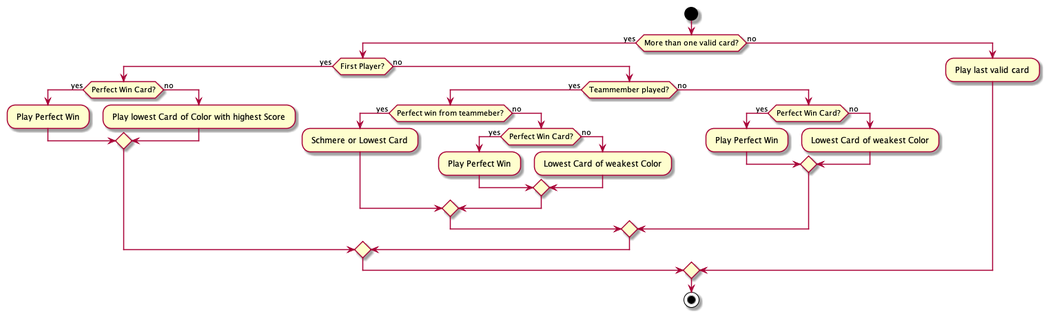
Earlier version of the PlantUML export RuleBasedPlayer/doc/RuleBasedPlayerDecisionTree.png (tschibu/hslu-dl4g). Its diagram source:
```plantuml
@startuml RuleBasedPlayerDecisionTree

start

if (More than one valid card?) then (yes)
  if (First Player?) then (yes)
    if (Perfect Win Card?) then (yes)
        : Play Perfect Win ;
    else (no)
        : Play lowest Card of Color with highest Score ;
    endif
  else (no)
    if (Teammember played?) then (yes)
      if (Perfect win from teammeber?) then (yes)
        : Schmere or Lowest Card ;
      else (no)
        if (Perfect Win Card?) then (yes)
          : Play Perfect Win ;
        else (no)
          : Lowest Card of weakest Color ;
        endif
      endif
    else (no)
      if (Perfect Win Card?) then (yes)
        : Play Perfect Win ;
      else (no)
        : Lowest Card of weakest Color ;
      endif
    endif
  endif
else (no)
  : Play last valid card ;
endif

stop

@enduml
```
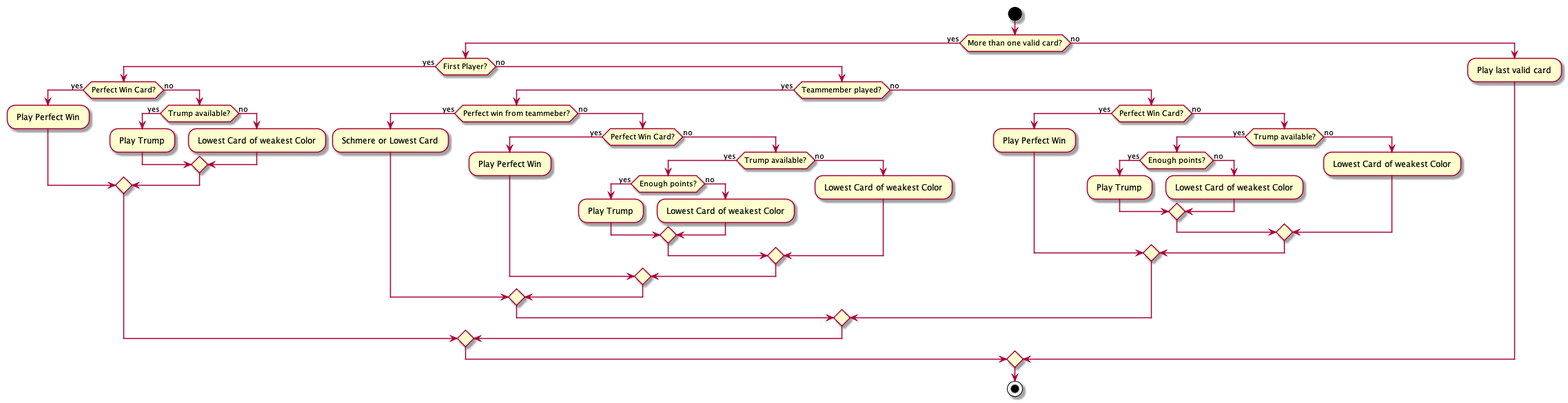
The same diagram one commit later.

Commit message:
playing trump more often

What changed in the source:
```diff
@@ -7,7 +7,11 @@
     if (Perfect Win Card?) then (yes)
         : Play Perfect Win ;
     else (no)
-        : Play lowest Card of Color with highest Score ;
+        if (Trump available?) then (yes)
+          : Play Trump ;
+        else (no)
+          : Lowest Card of weakest Color ;
+        endif
     endif
   else (no)
     if (Teammember played?) then (yes)
@@ -17,14 +21,30 @@
         if (Perfect Win Card?) then (yes)
           : Play Perfect Win ;
         else (no)
-          : Lowest Card of weakest Color ;
+          if (Trump available?) then (yes)
+            if (Enough points?) then (yes)
+              : Play Trump ;
+            else (no)
+              : Lowest Card of weakest Color ;
+            endif
+          else (no)
+            : Lowest Card of weakest Color ;
+          endif
         endif
       endif
     else (no)
       if (Perfect Win Card?) then (yes)
         : Play Perfect Win ;
       else (no)
-        : Lowest Card of weakest Color ;
+        if (Trump available?) then (yes)
+          if (Enough points?) then (yes)
+            : Play Trump ;
+          else (no)
+            : Lowest Card of weakest Color ;
+          endif
+        else (no)
+          : Lowest Card of weakest Color ;
+        endif
       endif
     endif
   endif
```
